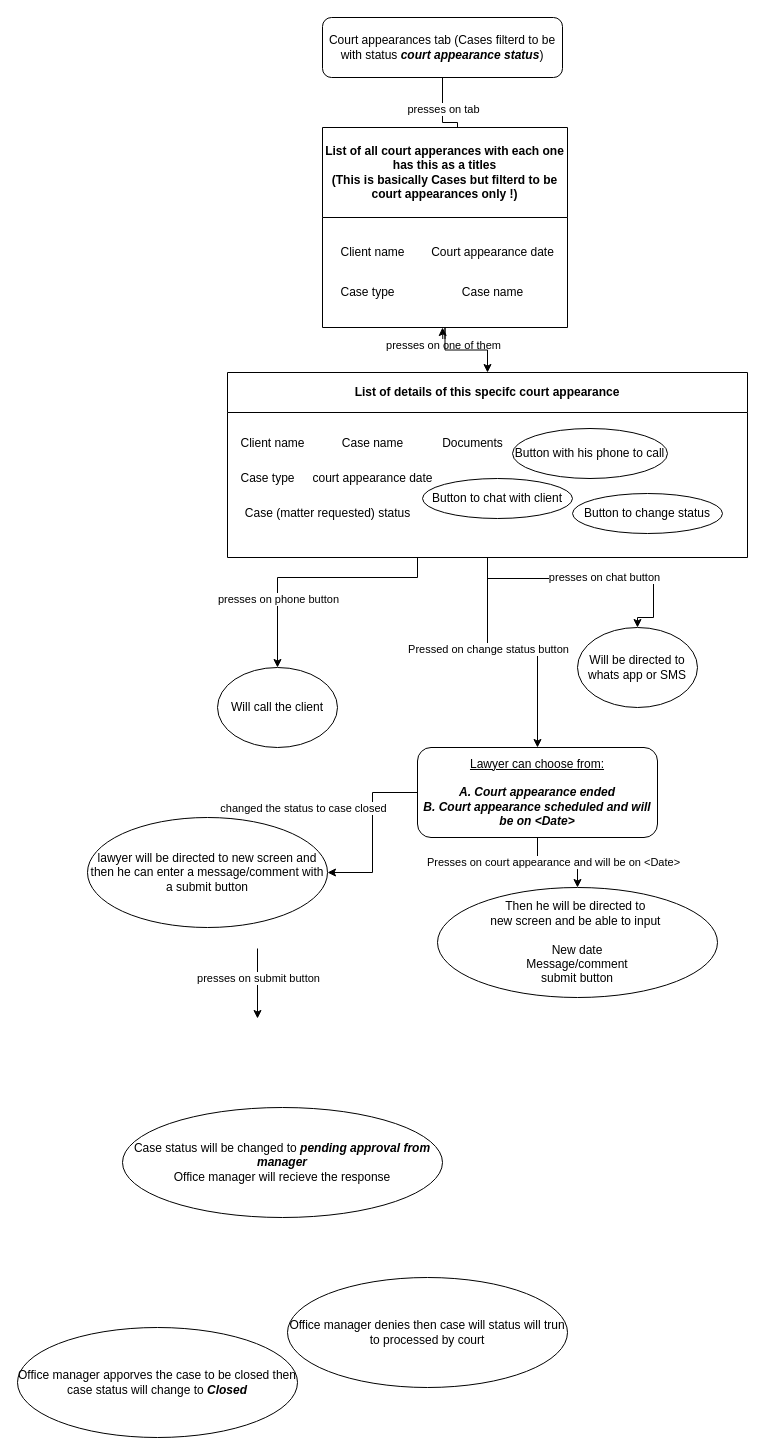
Before: page "CourtAppearancesTab" (7 of 12) of LawyerApp.drawio in tariq7299/LawyerPrep, a draw.io diagram. Source tidied: cells renumbered, new cells numbered last; positions are measured from the earlier drawing's top-left corner, leaving out a move shared by most shapes. Both pictures are drawn from the tidied source at 100%, with x=0, y=0 at pixel (17, 17).
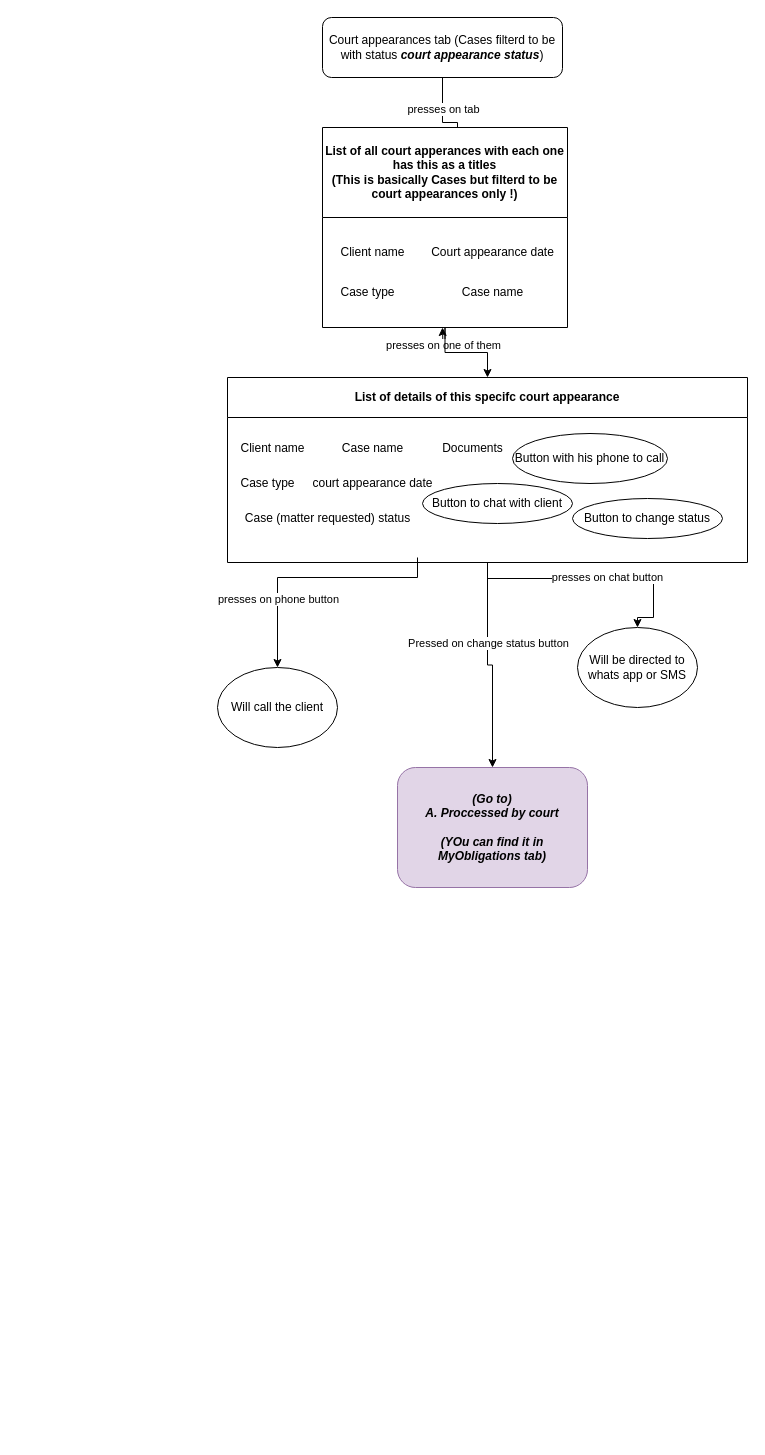
The same page after the edit.

The edit, as a diff of the source:
```diff
@@
-    <mxCell id="17" style="edgeStyle=orthogonalEdgeStyle;rounded=0;jettySize=auto;html=1;" parent="1" edge="1" source="19" target="35">
+    <mxCell id="17" style="edgeStyle=orthogonalEdgeStyle;rounded=0;jettySize=auto;html=1;" parent="1" edge="1" source="19" target="43">
       <mxGeometry relative="1" as="geometry" />
     </mxCell>
@@
     <mxCell id="19" value="List of details of this specifc court appearance" style="swimlane;whiteSpace=wrap;html=1;startSize=40;" parent="1" vertex="1">
-      <mxGeometry x="210" y="355" width="520" height="185" as="geometry" />
+      <mxGeometry x="210" y="360" width="520" height="185" as="geometry" />
     </mxCell>
@@
-    <mxCell id="31" style="edgeStyle=orthogonalEdgeStyle;rounded=0;jettySize=auto;html=1;" parent="1" edge="1" source="35" target="38">
-      <mxGeometry relative="1" as="geometry" />
-    </mxCell>
-    <mxCell id="32" value="changed the status to case closed" style="edgeLabel;html=1;align=center;verticalAlign=middle;" parent="31" vertex="1">
-      <mxGeometry y="2" relative="1" as="geometry">
-        <mxPoint x="-72" y="-25" as="offset" />
-      </mxGeometry>
-    </mxCell>
-    <mxCell id="33" style="edgeStyle=orthogonalEdgeStyle;rounded=0;jettySize=auto;html=1;" parent="1" edge="1" source="35" target="39">
-      <mxGeometry relative="1" as="geometry" />
-    </mxCell>
-    <mxCell id="34" value="Presses on court appearance and will be on &amp;lt;Date&amp;gt;" style="edgeLabel;html=1;align=center;verticalAlign=middle;" parent="33" vertex="1">
-      <mxGeometry x="-0.11" y="1" relative="1" as="geometry" />
-    </mxCell>
-    <mxCell id="35" value="&lt;span style=&quot;font-weight: normal;&quot;&gt;&lt;u&gt;Lawyer can choose from:&lt;/u&gt;&lt;/span&gt;&lt;div&gt;&lt;br&gt;&lt;/div&gt;&lt;div&gt;&lt;i&gt;A. Court appearance ended&lt;/i&gt;&lt;/div&gt;&lt;div&gt;&lt;i style=&quot;background-color: initial;&quot;&gt;B. Court appearance scheduled and will be on &amp;lt;Date&amp;gt;&lt;/i&gt;&lt;/div&gt;" style="rounded=1;whiteSpace=wrap;html=1;fontStyle=1;startSize=40;" parent="1" vertex="1">
-      <mxGeometry x="400" y="730" width="240" height="90" as="geometry" />
-    </mxCell>
-    <mxCell id="36" style="edgeStyle=orthogonalEdgeStyle;rounded=0;orthogonalLoop=1;jettySize=auto;html=1;" parent="1" edge="1">
-      <mxGeometry relative="1" as="geometry">
-        <mxPoint x="240" y="931" as="sourcePoint" />
-        <mxPoint x="240" y="1001" as="targetPoint" />
-      </mxGeometry>
-    </mxCell>
-    <mxCell id="37" value="presses on submit button" style="edgeLabel;html=1;align=center;verticalAlign=middle;" parent="36" vertex="1">
-      <mxGeometry x="-0.17" relative="1" as="geometry" />
-    </mxCell>
-    <mxCell id="38" value="&lt;span style=&quot;font-weight: normal;&quot;&gt;lawyer will be directed to new screen and then he can enter a message/comment with a submit button&lt;/span&gt;" style="ellipse;whiteSpace=wrap;html=1;rounded=1;fontStyle=1;startSize=40;" parent="1" vertex="1">
-      <mxGeometry x="70" y="800" width="240" height="110" as="geometry" />
-    </mxCell>
-    <mxCell id="39" value="&lt;span style=&quot;font-weight: 400;&quot;&gt;Then he will be directed to&amp;nbsp;&lt;/span&gt;&lt;div&gt;&lt;span style=&quot;font-weight: 400;&quot;&gt;new screen and be able to input&amp;nbsp;&lt;/span&gt;&lt;div&gt;&lt;span style=&quot;font-weight: 400;&quot;&gt;&lt;br&gt;&lt;/span&gt;&lt;/div&gt;&lt;div&gt;&lt;span style=&quot;font-weight: 400;&quot;&gt;New date&lt;/span&gt;&lt;/div&gt;&lt;div&gt;&lt;span style=&quot;font-weight: 400;&quot;&gt;Message/comment&lt;/span&gt;&lt;/div&gt;&lt;div&gt;&lt;span style=&quot;font-weight: 400;&quot;&gt;submit button&lt;/span&gt;&lt;/div&gt;&lt;/div&gt;" style="ellipse;whiteSpace=wrap;html=1;rounded=1;fontStyle=1;startSize=40;" parent="1" vertex="1">
-      <mxGeometry x="420" y="870" width="280" height="110" as="geometry" />
-    </mxCell>
-    <mxCell id="40" value="&lt;span style=&quot;font-weight: 400;&quot;&gt;Case status will be changed to &lt;/span&gt;&lt;i&gt;pending approval from manager&lt;/i&gt;&lt;br&gt;&lt;span style=&quot;font-weight: 400;&quot;&gt;Office manager will recieve the response&lt;/span&gt;" style="ellipse;whiteSpace=wrap;html=1;rounded=1;fontStyle=1;startSize=40;" parent="1" vertex="1">
-      <mxGeometry x="105" y="1090" width="320" height="110" as="geometry" />
-    </mxCell>
-    <mxCell id="41" value="&lt;span style=&quot;font-weight: 400;&quot;&gt;Office manager apporves the case to be closed then case status will change to&amp;nbsp;&lt;/span&gt;&lt;i style=&quot;&quot;&gt;Closed&lt;/i&gt;" style="ellipse;whiteSpace=wrap;html=1;rounded=1;fontStyle=1;startSize=40;" parent="1" vertex="1">
-      <mxGeometry y="1310" width="280" height="110" as="geometry" />
-    </mxCell>
-    <mxCell id="42" value="&lt;span style=&quot;font-weight: 400;&quot;&gt;Office manager denies then case will status will trun to processed by court&lt;/span&gt;" style="ellipse;whiteSpace=wrap;html=1;rounded=1;fontStyle=1;startSize=40;" parent="1" vertex="1">
-      <mxGeometry x="270" y="1260" width="280" height="110" as="geometry" />
-    </mxCell>
+    <mxCell id="43" value="&lt;div&gt;&lt;b&gt;&lt;i&gt;(Go to)&lt;/i&gt;&lt;/b&gt;&lt;/div&gt;&lt;b&gt;&lt;i&gt;A. Proccessed by court&lt;/i&gt;&lt;/b&gt;&lt;div&gt;&lt;b&gt;&lt;i&gt;&lt;br&gt;&lt;/i&gt;&lt;/b&gt;&lt;div&gt;&lt;b&gt;&lt;i&gt;(YOu can find it in MyObligations tab)&lt;/i&gt;&lt;/b&gt;&lt;/div&gt;&lt;/div&gt;" style="rounded=1;whiteSpace=wrap;html=1;fillColor=#e1d5e7;strokeColor=#9673a6;" parent="1" vertex="1">
+      <mxGeometry x="380" y="750" width="190" height="120" as="geometry" />
+    </mxCell>
```
